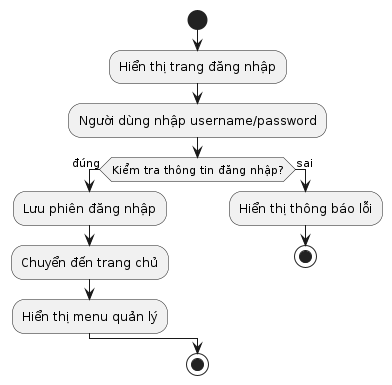
Above: diagrams/LoginActivity.png in Vu-Duc-Vuong/OOP_N02_T3_2_2025_Group12 (PlantUML), before the change.
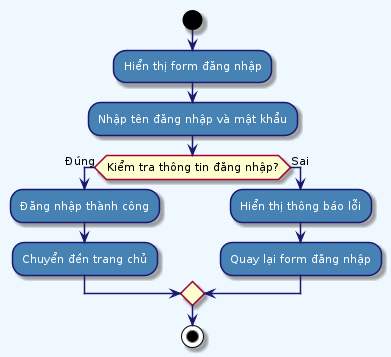
Later version of the same file.

What changed in the source:
```diff
@@ -1,16 +1,30 @@
 @startuml LoginActivity
+skinparam backgroundColor #F0F8FF
+skinparam activity {
+    BackgroundColor #4682B4
+    BorderColor #191970
+    FontColor white
+    ArrowColor #191970
+    FontSize 11
+}
+skinparam diamond {
+    BackgroundColor #87CEEB
+    BorderColor #4682B4
+    FontColor #191970
+}
 
 start
-:Hiển thị trang đăng nhập;
-:Người dùng nhập username/password;
-if (Kiểm tra thông tin đăng nhập?) then (đúng)
-  :Lưu phiên đăng nhập;
-  :Chuyển đến trang chủ;
-  :Hiển thị menu quản lý;
-else (sai)
-  :Hiển thị thông báo lỗi;
-  stop
+:Hiển thị form đăng nhập;
+
+:Nhập tên đăng nhập và mật khẩu;
+
+if (Kiểm tra thông tin đăng nhập?) then (Đúng)
+    :Đăng nhập thành công;
+    :Chuyển đến trang chủ;
+else (Sai)
+    :Hiển thị thông báo lỗi;
+    :Quay lại form đăng nhập;
 endif
+
 stop
-
 @enduml
```
